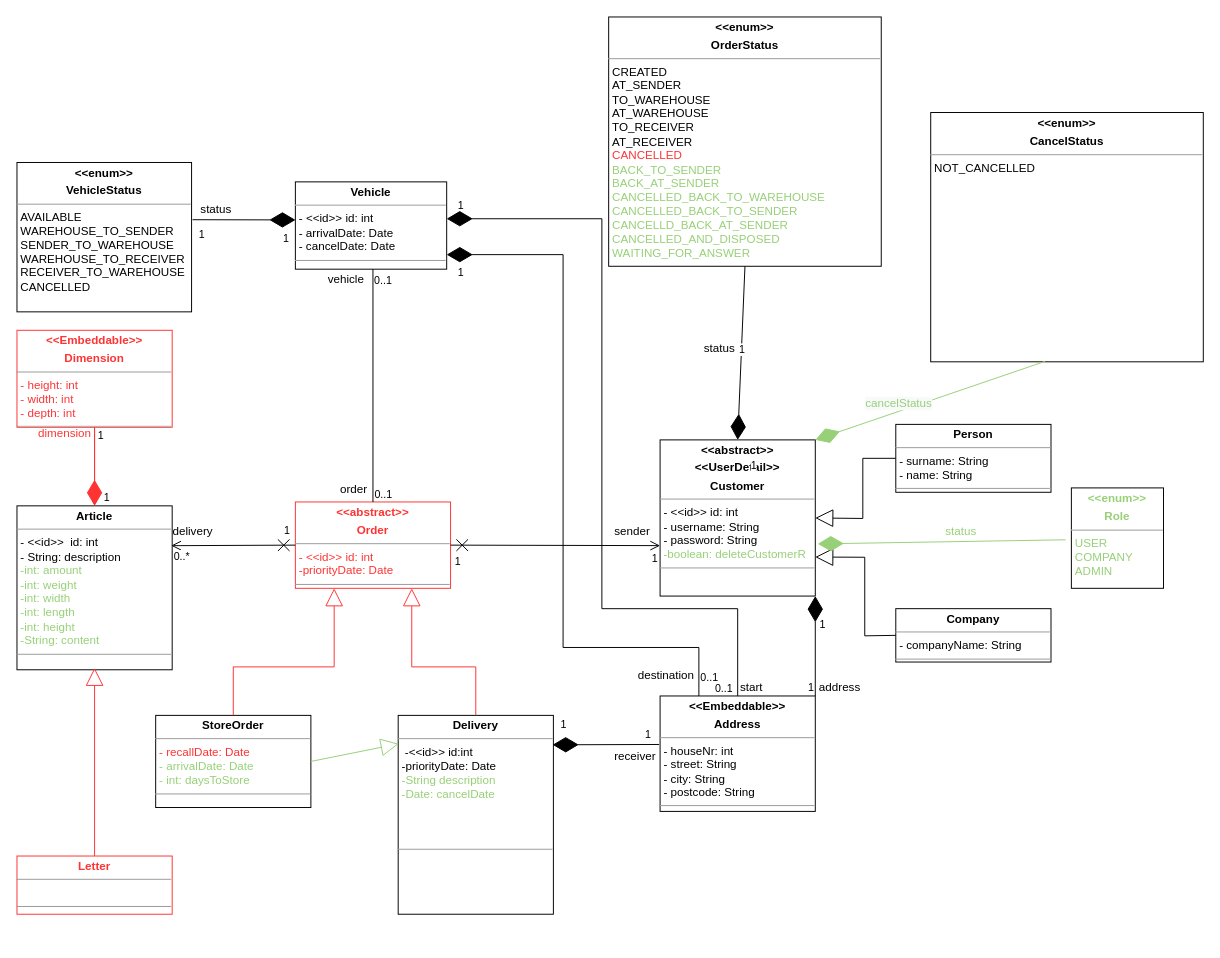
Above: domainDiagram.drawio in MatthiasEberhardt/Softwareentwicklung (draw.io), before the change. Source tidied: cells renumbered, new cells numbered last; positions are measured from the earlier drawing's top-left corner, leaving out a move shared by most shapes. Both pictures are drawn from the tidied source at 97%, with x=0, y=0 at pixel (16, 16).
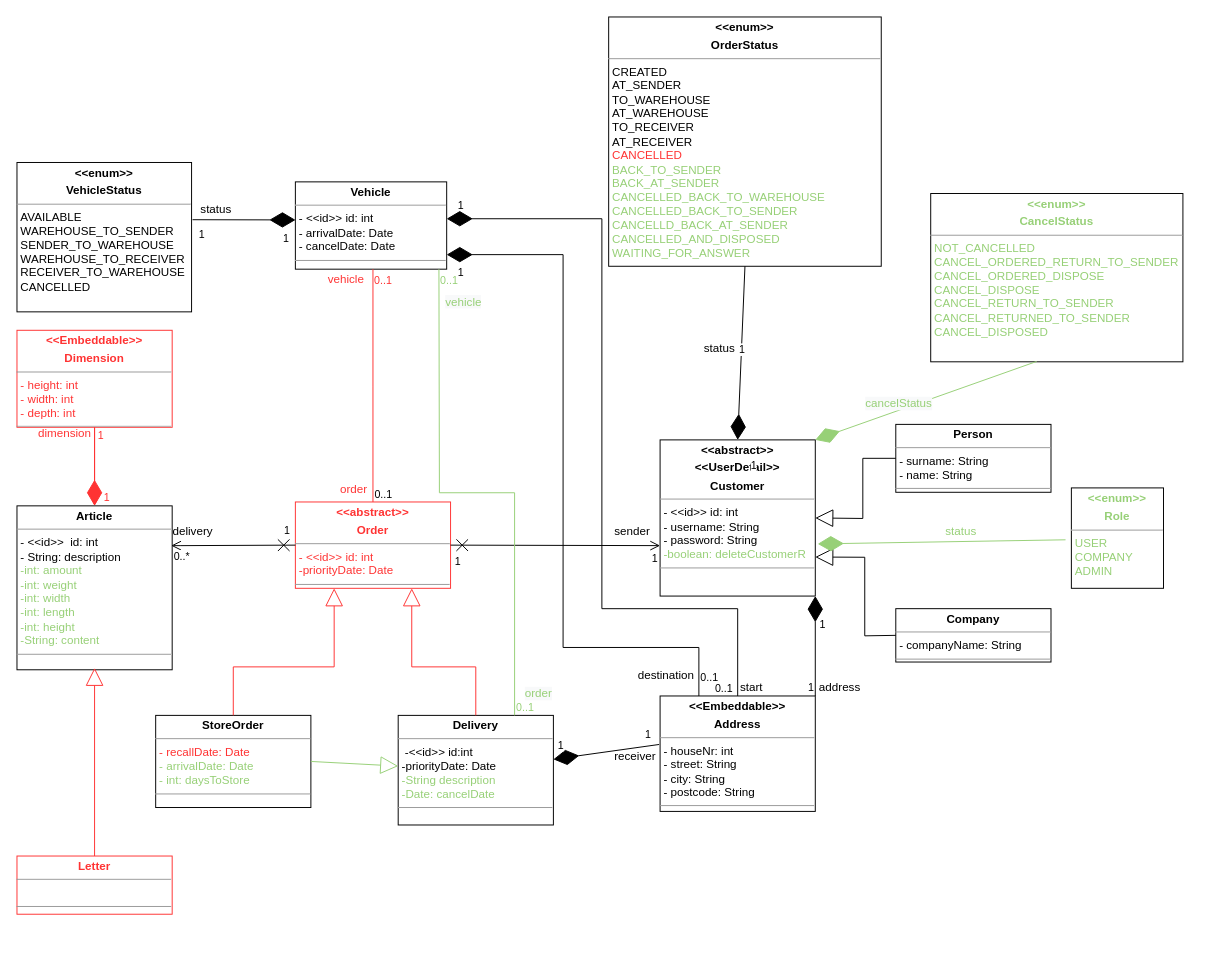
The same page after the edit.

Unchanged cells that the change refers to:
```xml
<mxCell id="5" value="&lt;p style=&quot;margin: 0px ; margin-top: 4px ; text-align: center&quot;&gt;&lt;b&gt;&lt;font color=&quot;#ff3333&quot;&gt;&amp;lt;&amp;lt;abstract&amp;gt;&amp;gt;&lt;/font&gt;&lt;/b&gt;&lt;/p&gt;&lt;p style=&quot;margin: 0px ; margin-top: 4px ; text-align: center&quot;&gt;&lt;b&gt;&lt;font color=&quot;#ff3333&quot;&gt;Order&lt;/font&gt;&lt;/b&gt;&lt;/p&gt;&lt;hr size=&quot;1&quot;&gt;&lt;p style=&quot;margin: 0px ; margin-left: 4px&quot;&gt;&lt;font color=&quot;#ff3333&quot;&gt;&lt;span&gt;-&amp;nbsp;&lt;/span&gt;&lt;span&gt;&amp;lt;&amp;lt;id&amp;gt;&amp;gt;&amp;nbsp;&lt;/span&gt;&lt;span&gt;id: int&lt;/span&gt;&lt;/font&gt;&lt;/p&gt;&lt;p style=&quot;margin: 0px ; margin-left: 4px&quot;&gt;&lt;font color=&quot;#ff3333&quot;&gt;-priorityDate: Date&lt;/font&gt;&lt;/p&gt;&lt;hr size=&quot;1&quot;&gt;&lt;p style=&quot;margin: 0px ; margin-left: 4px&quot;&gt;&lt;br&gt;&lt;/p&gt;" style="verticalAlign=top;align=left;overflow=fill;fontSize=12;fontFamily=Helvetica;html=1;strokeColor=#FF3333;" parent="1" vertex="1">
  <mxGeometry x="287" y="500" width="160" height="89" as="geometry" />
</mxCell>
<mxCell id="7" value="&lt;p style=&quot;margin: 0px ; margin-top: 4px ; text-align: center&quot;&gt;&lt;b&gt;StoreOrder&lt;/b&gt;&lt;/p&gt;&lt;hr size=&quot;1&quot;&gt;&lt;p style=&quot;margin: 0px ; margin-left: 4px&quot;&gt;&lt;font color=&quot;#ff3333&quot;&gt;&lt;span&gt;- recallDate: Date&lt;/span&gt;&lt;br&gt;&lt;/font&gt;&lt;/p&gt;&lt;p style=&quot;margin: 0px ; margin-left: 4px&quot;&gt;&lt;font color=&quot;#97d077&quot;&gt;- arrivalDate: Date&lt;br&gt;&lt;/font&gt;&lt;/p&gt;&lt;p style=&quot;margin: 0px ; margin-left: 4px&quot;&gt;&lt;span style=&quot;color: rgb(151 , 208 , 119)&quot;&gt;- int: daysToStore&lt;/span&gt;&lt;br style=&quot;color: rgb(151 , 208 , 119)&quot;&gt;&lt;/p&gt;&lt;hr size=&quot;1&quot;&gt;&lt;p style=&quot;margin: 0px ; margin-left: 4px&quot;&gt;&lt;br&gt;&lt;/p&gt;" style="verticalAlign=top;align=left;overflow=fill;fontSize=12;fontFamily=Helvetica;html=1;" parent="1" vertex="1">
  <mxGeometry x="143" y="720" width="160" height="95" as="geometry" />
</mxCell>
```

What changed in the source:
```diff
@@
-    <mxCell id="6" value="&lt;p style=&quot;margin: 0px ; margin-top: 4px ; text-align: center&quot;&gt;&lt;b&gt;Delivery&lt;/b&gt;&lt;/p&gt;&lt;hr size=&quot;1&quot;&gt;&lt;p style=&quot;margin: 0px ; margin-left: 4px&quot;&gt;&amp;nbsp;-&amp;lt;&amp;lt;id&amp;gt;&amp;gt; id:int&lt;/p&gt;&lt;p style=&quot;margin: 0px ; margin-left: 4px&quot;&gt;-priorityDate: Date&lt;/p&gt;&lt;p style=&quot;margin: 0px ; margin-left: 4px&quot;&gt;&lt;font color=&quot;#97d077&quot;&gt;-String description&lt;/font&gt;&lt;/p&gt;&lt;p style=&quot;margin: 0px ; margin-left: 4px&quot;&gt;&lt;span style=&quot;color: rgb(151 , 208 , 119)&quot;&gt;-Date: cancelDate&lt;/span&gt;&lt;font color=&quot;#97d077&quot;&gt;&lt;br&gt;&lt;/font&gt;&lt;/p&gt;&lt;div&gt;&lt;span style=&quot;color: rgb(151 , 208 , 119)&quot;&gt;&lt;br&gt;&lt;/span&gt;&lt;/div&gt;&lt;div&gt;&lt;span style=&quot;color: rgb(151 , 208 , 119)&quot;&gt;&lt;br&gt;&lt;/span&gt;&lt;/div&gt;&lt;div&gt;&lt;span style=&quot;color: rgb(151 , 208 , 119)&quot;&gt;&lt;br&gt;&lt;/span&gt;&lt;/div&gt;&lt;hr size=&quot;1&quot;&gt;&lt;p style=&quot;margin: 0px ; margin-left: 4px&quot;&gt;&lt;br&gt;&lt;/p&gt;" style="verticalAlign=top;align=left;overflow=fill;fontSize=12;fontFamily=Helvetica;html=1;" parent="1" vertex="1">
-      <mxGeometry x="393" y="720" width="160" height="205" as="geometry" />
+    <mxCell id="6" value="&lt;p style=&quot;margin: 0px ; margin-top: 4px ; text-align: center&quot;&gt;&lt;b&gt;Delivery&lt;/b&gt;&lt;/p&gt;&lt;hr size=&quot;1&quot;&gt;&lt;p style=&quot;margin: 0px ; margin-left: 4px&quot;&gt;&amp;nbsp;-&amp;lt;&amp;lt;id&amp;gt;&amp;gt; id:int&lt;/p&gt;&lt;p style=&quot;margin: 0px ; margin-left: 4px&quot;&gt;-priorityDate: Date&lt;/p&gt;&lt;p style=&quot;margin: 0px ; margin-left: 4px&quot;&gt;&lt;font color=&quot;#97d077&quot;&gt;-String description&lt;/font&gt;&lt;/p&gt;&lt;p style=&quot;margin: 0px ; margin-left: 4px&quot;&gt;&lt;span style=&quot;color: rgb(151 , 208 , 119)&quot;&gt;-Date: cancelDate&lt;/span&gt;&lt;/p&gt;&lt;hr size=&quot;1&quot;&gt;&lt;p style=&quot;margin: 0px ; margin-left: 4px&quot;&gt;&lt;br&gt;&lt;/p&gt;" style="verticalAlign=top;align=left;overflow=fill;fontSize=12;fontFamily=Helvetica;html=1;" parent="1" vertex="1">
+      <mxGeometry x="393" y="720" width="160" height="113" as="geometry" />
     </mxCell>
@@
-    <mxCell id="25" style="endArrow=diamondThin;endFill=1;endSize=24;html=1;rounded=0;entryX=0.995;entryY=0.148;entryDx=0;entryDy=0;entryPerimeter=0;" parent="1" edge="1" target="6">
+    <mxCell id="25" style="endArrow=diamondThin;endFill=1;endSize=24;html=1;rounded=0;" parent="1" edge="1" target="6">
       <mxGeometry relative="1" as="geometry">
         <mxPoint x="662" y="750" as="sourcePoint" />
       </mxGeometry>
     </mxCell>
-    <mxCell id="26" style="endArrow=none;html=1;edgeStyle=orthogonalEdgeStyle;rounded=0;exitX=0.5;exitY=0;exitDx=0;exitDy=0;" parent="1" edge="1" source="5">
+    <mxCell id="26" style="endArrow=none;html=1;edgeStyle=orthogonalEdgeStyle;rounded=0;exitX=0.5;exitY=0;exitDx=0;exitDy=0;strokeColor=#FF3333;" parent="1" edge="1" source="5">
       <mxGeometry relative="1" as="geometry">
         <mxPoint x="367" y="260" as="targetPoint" />
       </mxGeometry>
     </mxCell>
@@
-    <mxCell id="28" value="0..1" style="edgeLabel;html=1;align=right;verticalAlign=bottom;" parent="26" vertex="1">
+    <mxCell id="28" value="0..1" style="edgeLabel;html=1;align=right;verticalAlign=bottom;fontColor=#FF3333;" parent="26" vertex="1">
       <mxGeometry x="1" relative="1" as="geometry">
         <mxPoint x="20" y="20" as="offset" />
       </mxGeometry>
     </mxCell>
@@
     <mxCell id="34" value="1" style="edgeLabel;html=1;align=right;verticalAlign=bottom;" parent="1" vertex="1">
-      <mxGeometry x="723" y="595" as="geometry">
+      <mxGeometry x="720" y="616" as="geometry">
         <mxPoint x="-156" y="143" as="offset" />
       </mxGeometry>
     </mxCell>
@@
-    <mxCell id="37" value="1" style="edgeLabel;html=1;align=right;verticalAlign=bottom;" parent="1" vertex="1">
+    <mxCell id="37" value="&lt;font color=&quot;#ff3333&quot;&gt;1&lt;/font&gt;" style="edgeLabel;html=1;align=right;verticalAlign=bottom;" parent="1" vertex="1">
       <mxGeometry x="99" y="446" as="geometry">
         <mxPoint x="-9" y="-6" as="offset" />
       </mxGeometry>
     </mxCell>
-    <mxCell id="38" value="1" style="edgeLabel;html=1;align=right;verticalAlign=bottom;" parent="1" vertex="1">
+    <mxCell id="38" value="1" style="edgeLabel;html=1;align=right;verticalAlign=bottom;fontColor=#FF3333;" parent="1" vertex="1">
       <mxGeometry x="96" y="504" as="geometry" />
     </mxCell>
@@
-    <mxCell id="53" value="order" style="text;html=1;align=center;verticalAlign=middle;strokeColor=none;fillColor=none;" parent="1" vertex="1">
+    <mxCell id="53" value="&lt;font color=&quot;#ff3333&quot;&gt;order&lt;/font&gt;" style="text;html=1;align=center;verticalAlign=middle;strokeColor=none;fillColor=none;" parent="1" vertex="1">
       <mxGeometry x="328" y="478" width="38" height="18" as="geometry" />
     </mxCell>
-    <mxCell id="54" value="vehicle" style="text;html=1;align=center;verticalAlign=middle;strokeColor=none;fillColor=none;" parent="1" vertex="1">
+    <mxCell id="54" value="&lt;font color=&quot;#ff3333&quot;&gt;vehicle&lt;/font&gt;" style="text;html=1;align=center;verticalAlign=middle;strokeColor=none;fillColor=none;" parent="1" vertex="1">
       <mxGeometry x="315" y="262" width="47" height="18" as="geometry" />
     </mxCell>
@@
-    <mxCell id="62" style="endArrow=block;endSize=16;endFill=0;html=1;rounded=0;exitX=1;exitY=0.5;exitDx=0;exitDy=0;strokeColor=#97D077;entryX=0.003;entryY=0.143;entryDx=0;entryDy=0;entryPerimeter=0;" parent="1" edge="1" source="7" target="6">
+    <mxCell id="62" style="endArrow=block;endSize=16;endFill=0;html=1;rounded=0;exitX=1;exitY=0.5;exitDx=0;exitDy=0;strokeColor=#97D077;" parent="1" edge="1" source="7" target="6">
       <mxGeometry x="0.12" relative="1" as="geometry" />
     </mxCell>
-    <mxCell id="63" value="&lt;p style=&quot;margin: 0px ; margin-top: 4px ; text-align: center&quot;&gt;&lt;b&gt;&amp;lt;&amp;lt;enum&amp;gt;&amp;gt;&lt;/b&gt;&lt;/p&gt;&lt;p style=&quot;margin: 0px ; margin-top: 4px ; text-align: center&quot;&gt;&lt;b&gt;CancelStatus&lt;/b&gt;&lt;/p&gt;&lt;hr size=&quot;1&quot;&gt;&lt;p style=&quot;margin: 0px ; margin-left: 4px&quot;&gt;&lt;/p&gt;&lt;p style=&quot;margin: 0px ; margin-left: 4px&quot;&gt;NOT_CANCELLED&lt;/p&gt;" style="verticalAlign=top;align=left;overflow=fill;fontSize=12;fontFamily=Helvetica;html=1;" parent="1" vertex="1">
-      <mxGeometry x="942" y="98.5" width="281" height="257" as="geometry" />
+    <mxCell id="63" value="&lt;p style=&quot;margin: 0px ; margin-top: 4px ; text-align: center&quot;&gt;&lt;b&gt;&lt;font color=&quot;#97d077&quot;&gt;&amp;lt;&amp;lt;enum&amp;gt;&amp;gt;&lt;/font&gt;&lt;/b&gt;&lt;/p&gt;&lt;p style=&quot;margin: 0px ; margin-top: 4px ; text-align: center&quot;&gt;&lt;b&gt;&lt;font color=&quot;#97d077&quot;&gt;CancelStatus&lt;/font&gt;&lt;/b&gt;&lt;/p&gt;&lt;hr size=&quot;1&quot;&gt;&lt;p style=&quot;margin: 0px ; margin-left: 4px&quot;&gt;&lt;/p&gt;&lt;p style=&quot;margin: 0px ; margin-left: 4px&quot;&gt;&lt;font color=&quot;#97d077&quot;&gt;NOT_CANCELLED&lt;/font&gt;&lt;/p&gt;&lt;p style=&quot;margin: 0px ; margin-left: 4px&quot;&gt;&lt;font color=&quot;#97d077&quot;&gt;CANCEL_ORDERED_RETURN_TO_SENDER&lt;/font&gt;&lt;/p&gt;&lt;p style=&quot;margin: 0px ; margin-left: 4px&quot;&gt;&lt;font color=&quot;#97d077&quot;&gt;CANCEL_ORDERED_DISPOSE&lt;/font&gt;&lt;/p&gt;&lt;p style=&quot;margin: 0px ; margin-left: 4px&quot;&gt;&lt;font color=&quot;#97d077&quot;&gt;CANCEL_DISPOSE&lt;/font&gt;&lt;/p&gt;&lt;p style=&quot;margin: 0px ; margin-left: 4px&quot;&gt;&lt;font color=&quot;#97d077&quot;&gt;CANCEL_RETURN_TO_SENDER&lt;/font&gt;&lt;/p&gt;&lt;p style=&quot;margin: 0px ; margin-left: 4px&quot;&gt;&lt;font color=&quot;#97d077&quot;&gt;CANCEL_RETURNED_TO_SENDER&lt;/font&gt;&lt;/p&gt;&lt;p style=&quot;margin: 0px ; margin-left: 4px&quot;&gt;&lt;font color=&quot;#97d077&quot;&gt;CANCEL_DISPOSED&lt;/font&gt;&lt;/p&gt;" style="verticalAlign=top;align=left;overflow=fill;fontSize=12;fontFamily=Helvetica;html=1;" parent="1" vertex="1">
+      <mxGeometry x="942" y="182" width="260" height="173.5" as="geometry" />
     </mxCell>
@@
+    <mxCell id="69" style="endArrow=none;html=1;edgeStyle=orthogonalEdgeStyle;rounded=0;exitX=0.75;exitY=0;exitDx=0;exitDy=0;strokeColor=#97D077;" parent="1" edge="1" source="6">
+      <mxGeometry relative="1" as="geometry">
+        <mxPoint x="435" y="260" as="targetPoint" />
+      </mxGeometry>
+    </mxCell>
+    <mxCell id="70" value="0..1" style="edgeLabel;html=1;align=left;verticalAlign=bottom;fontColor=#97D077;" parent="69" vertex="1">
+      <mxGeometry x="-1" relative="1" as="geometry" />
+    </mxCell>
+    <mxCell id="71" value="&lt;font color=&quot;#97d077&quot;&gt;0..1&lt;/font&gt;" style="edgeLabel;html=1;align=right;verticalAlign=bottom;" parent="69" vertex="1">
+      <mxGeometry x="1" relative="1" as="geometry">
+        <mxPoint x="20" y="20" as="offset" />
+      </mxGeometry>
+    </mxCell>
+    <mxCell id="72" value="&lt;span style=&quot;font-family: &amp;#34;helvetica&amp;#34; ; font-size: 12px ; font-style: normal ; font-weight: 400 ; letter-spacing: normal ; text-align: center ; text-indent: 0px ; text-transform: none ; word-spacing: 0px ; background-color: rgb(248 , 249 , 250) ; display: inline ; float: none&quot;&gt;vehicle&lt;/span&gt;" style="text;whiteSpace=wrap;html=1;fontColor=#97D077;" parent="1" vertex="1">
+      <mxGeometry x="439.5" y="280" width="57" height="28" as="geometry" />
+    </mxCell>
+    <mxCell id="73" value="&lt;span style=&quot;font-family: &amp;#34;helvetica&amp;#34; ; font-size: 12px ; font-style: normal ; font-weight: 400 ; letter-spacing: normal ; text-align: center ; text-indent: 0px ; text-transform: none ; word-spacing: 0px ; background-color: rgb(248 , 249 , 250) ; display: inline ; float: none&quot;&gt;order&lt;/span&gt;" style="text;whiteSpace=wrap;html=1;fontColor=#97D077;" parent="1" vertex="1">
+      <mxGeometry x="522" y="684" width="48" height="28" as="geometry" />
+    </mxCell>
```
